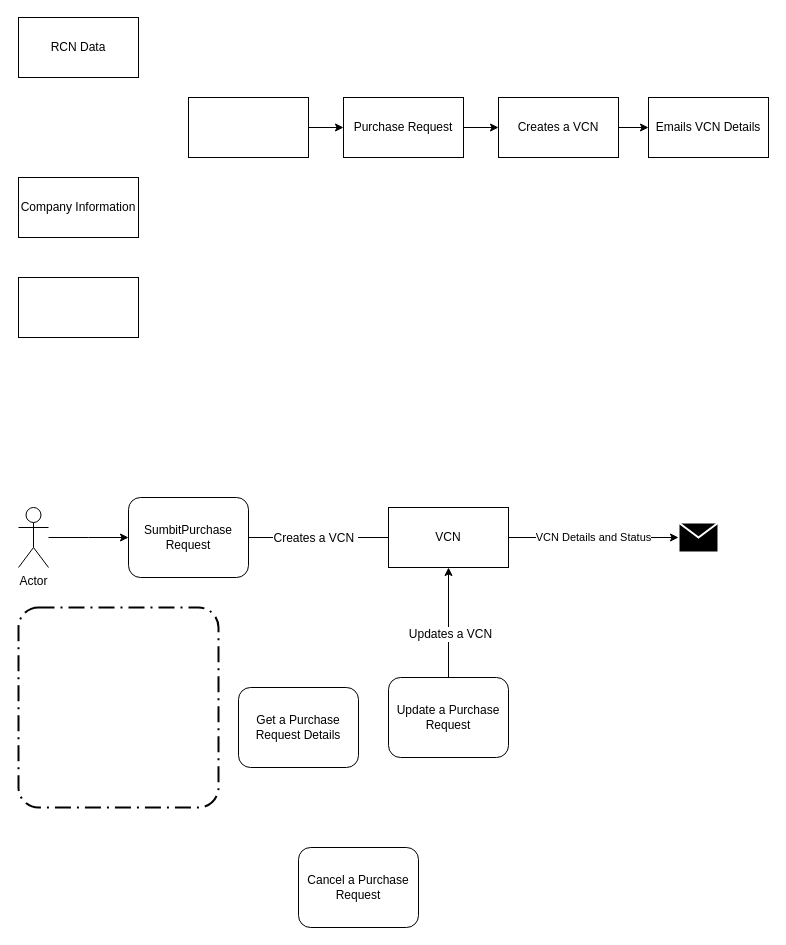
The draw.io diagram Untitled Diagram.drawio in sangeethnaban/Redhat.github.io, before the edit. Source tidied: cells renumbered, new cells numbered last; positions are measured from the earlier drawing's top-left corner, leaving out a move shared by most shapes. Both pictures are drawn from the tidied source at 100%, with x=0, y=0 at pixel (18, 17).
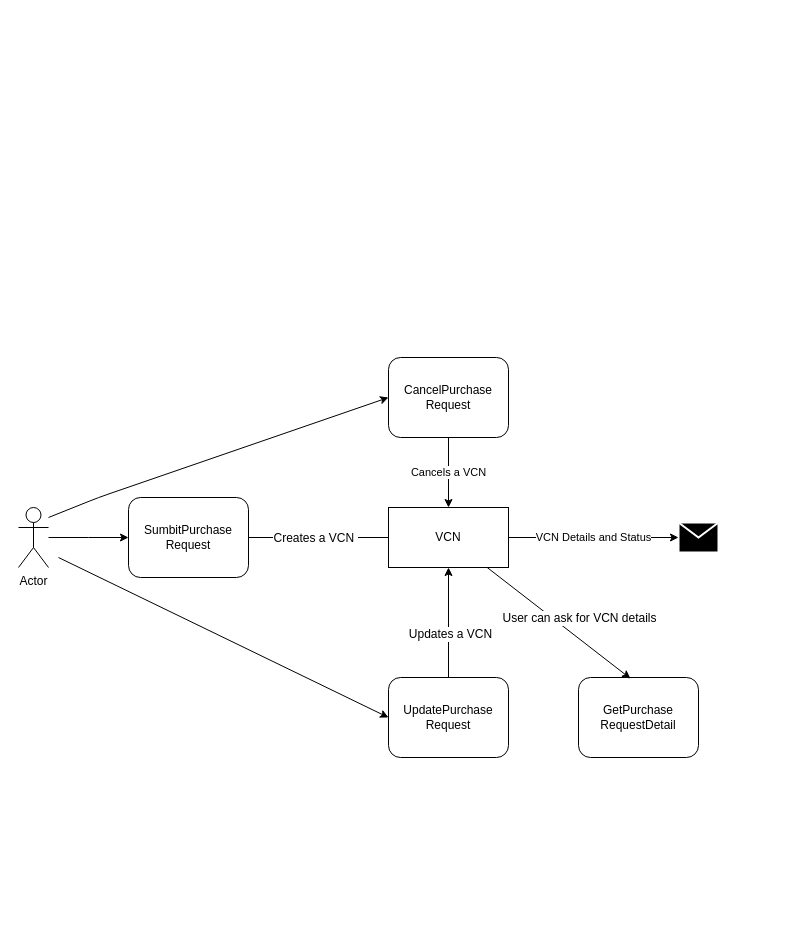
The same diagram, later.

The change refers to these unchanged cells:
```xml
<mxCell id="25" value="VCN" style="rounded=0;whiteSpace=wrap;html=1;" parent="1" vertex="1">
  <mxGeometry x="370" y="490" width="120" height="60" as="geometry" />
</mxCell>
```

Change to the diagram source:
```diff
@@
-    <mxCell id="2" style="edgeStyle=orthogonalEdgeStyle;rounded=0;jettySize=auto;html=1;" parent="1" edge="1" source="3" target="7">
-      <mxGeometry relative="1" as="geometry" />
-    </mxCell>
-    <mxCell id="3" value="Purchase Request" style="rounded=0;whiteSpace=wrap;html=1;" parent="1" vertex="1">
-      <mxGeometry x="325" y="80" width="120" height="60" as="geometry" />
-    </mxCell>
-    <mxCell id="4" style="edgeStyle=orthogonalEdgeStyle;rounded=0;jettySize=auto;html=1;" parent="1" edge="1" source="5" target="3">
-      <mxGeometry relative="1" as="geometry" />
-    </mxCell>
-    <mxCell id="5" style="rounded=0;whiteSpace=wrap;html=1;" parent="1" vertex="1">
-      <mxGeometry x="170" y="80" width="120" height="60" as="geometry" />
-    </mxCell>
-    <mxCell id="6" style="edgeStyle=orthogonalEdgeStyle;rounded=0;jettySize=auto;html=1;" parent="1" edge="1" source="7" target="8">
-      <mxGeometry relative="1" as="geometry" />
-    </mxCell>
-    <mxCell id="7" value="Creates a VCN" style="rounded=0;whiteSpace=wrap;html=1;" parent="1" vertex="1">
-      <mxGeometry x="480" y="80" width="120" height="60" as="geometry" />
-    </mxCell>
-    <mxCell id="8" value="Emails VCN Details" style="rounded=0;whiteSpace=wrap;html=1;" parent="1" vertex="1">
-      <mxGeometry x="630" y="80" width="120" height="60" as="geometry" />
-    </mxCell>
-    <mxCell id="9" value="RCN Data" style="rounded=0;whiteSpace=wrap;html=1;" parent="1" vertex="1">
-      <mxGeometry width="120" height="60" as="geometry" />
-    </mxCell>
-    <mxCell id="10" value="Company Information" style="rounded=0;whiteSpace=wrap;html=1;" parent="1" vertex="1">
-      <mxGeometry y="160" width="120" height="60" as="geometry" />
-    </mxCell>
-    <mxCell id="11" style="rounded=0;whiteSpace=wrap;html=1;" parent="1" vertex="1">
-      <mxGeometry y="260" width="120" height="60" as="geometry" />
-    </mxCell>
@@
-    <mxCell id="18" style="rounded=1;arcSize=10;dashed=1;strokeColor=#000000;fillColor=none;gradientColor=none;dashPattern=8 3 1 3;strokeWidth=2;" parent="1" vertex="1">
-      <mxGeometry y="590" width="200" height="200" as="geometry" />
-    </mxCell>
@@
-    <mxCell id="21" value="Update a Purchase Request" style="shape=ext;rounded=1;html=1;whiteSpace=wrap;" parent="1" vertex="1">
+    <mxCell id="21" value="UpdatePurchase Request" style="shape=ext;rounded=1;html=1;whiteSpace=wrap;" parent="1" vertex="1">
       <mxGeometry x="370" y="660" width="120" height="80" as="geometry" />
     </mxCell>
-    <mxCell id="22" value="Get a Purchase Request Details" style="shape=ext;rounded=1;html=1;whiteSpace=wrap;" parent="1" vertex="1">
-      <mxGeometry x="220" y="670" width="120" height="80" as="geometry" />
+    <mxCell id="22" value="GetPurchase RequestDetail" style="shape=ext;rounded=1;html=1;whiteSpace=wrap;" parent="1" vertex="1">
+      <mxGeometry x="560" y="660" width="120" height="80" as="geometry" />
     </mxCell>
+    <mxCell id="26" value="Cancels a VCN" style="edgeStyle=orthogonalEdgeStyle;rounded=0;jettySize=auto;html=1;" parent="1" edge="1" source="23" target="25">
+      <mxGeometry relative="1" as="geometry">
+        <Array as="points">
+          <mxPoint x="430" y="460" />
+          <mxPoint x="430" y="460" />
+        </Array>
+      </mxGeometry>
+    </mxCell>
-    <mxCell id="23" value="Cancel a Purchase Request" style="shape=ext;rounded=1;html=1;whiteSpace=wrap;" parent="1" vertex="1">
-      <mxGeometry x="280" y="830" width="120" height="80" as="geometry" />
+    <mxCell id="23" value="CancelPurchase Request" style="shape=ext;rounded=1;html=1;whiteSpace=wrap;" parent="1" vertex="1">
+      <mxGeometry x="370" y="340" width="120" height="80" as="geometry" />
     </mxCell>
@@
+    <mxCell id="27" style="endArrow=classic;html=1;entryX=0.433;entryY=0.013;entryDx=0;entryDy=0;entryPerimeter=0;" parent="1" edge="1" source="25" target="22">
+      <mxGeometry relative="1" as="geometry" />
+    </mxCell>
+    <mxCell id="28" value="User can ask for VCN details" style="text;html=1;align=center;verticalAlign=middle;labelBackgroundColor=#ffffff;" parent="27" vertex="1">
+      <mxGeometry x="-0.22" y="-2" relative="1" as="geometry">
+        <mxPoint x="37" y="5" as="offset" />
+      </mxGeometry>
+    </mxCell>
+    <mxCell id="29" style="endArrow=classic;html=1;entryX=0;entryY=0.5;entryDx=0;entryDy=0;" parent="1" edge="1" target="23">
+      <mxGeometry relative="1" as="geometry">
+        <mxPoint x="30" y="500" as="sourcePoint" />
+        <Array as="points">
+          <mxPoint x="80" y="480" />
+        </Array>
+      </mxGeometry>
+    </mxCell>
+    <mxCell id="30" style="endArrow=classic;html=1;entryX=0;entryY=0.5;entryDx=0;entryDy=0;" parent="1" edge="1" target="21">
+      <mxGeometry relative="1" as="geometry">
+        <mxPoint x="40" y="540" as="sourcePoint" />
+      </mxGeometry>
+    </mxCell>
```
